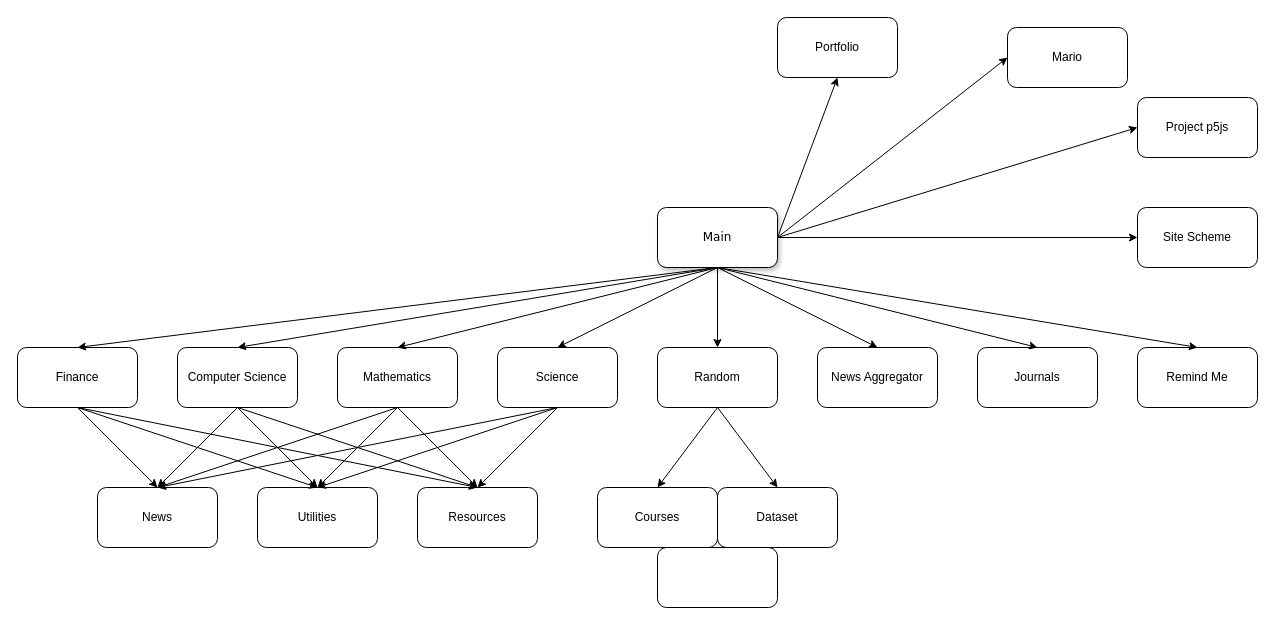
The draw.io diagram draw.drawio in Scavix/Scavix.github.io, before the edit. Source tidied: cells renumbered, new cells numbered last; positions are measured from the earlier drawing's top-left corner, leaving out a move shared by most shapes. Both pictures are drawn from the tidied source at 100%, with x=0, y=0 at pixel (17, 17).
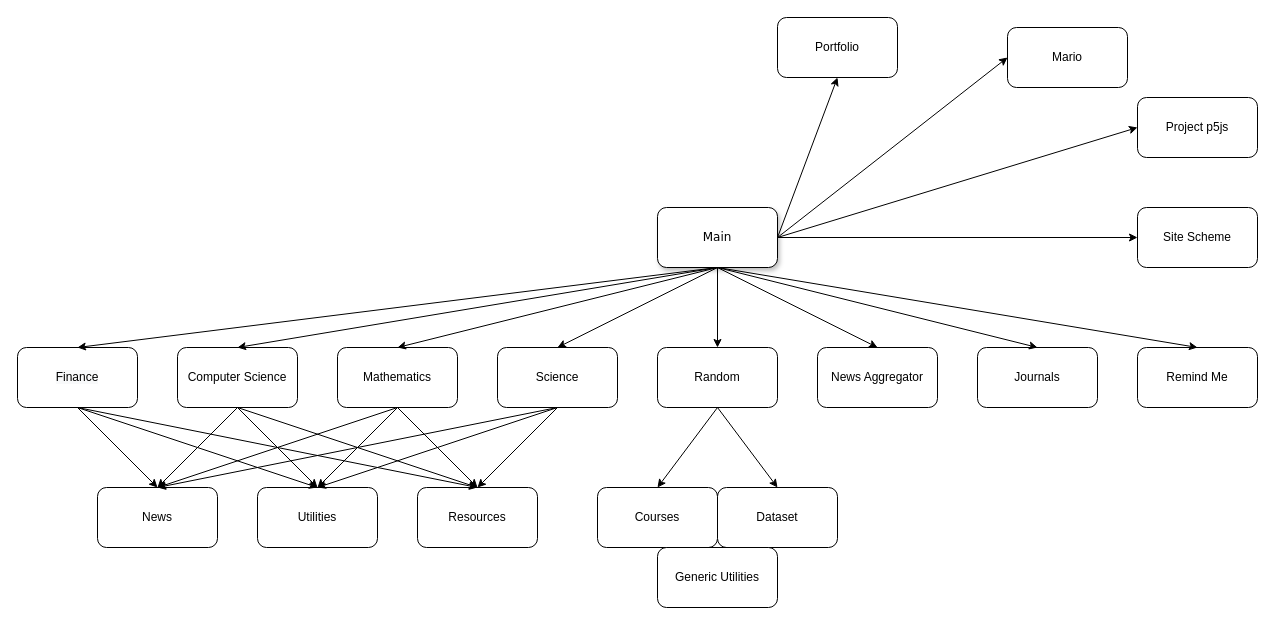
After the change.

What changed in the source:
```diff
@@
-    <mxCell id="46" style="rounded=1;whiteSpace=wrap;html=1;" parent="1" vertex="1">
+    <mxCell id="46" value="Generic Utilities" style="rounded=1;whiteSpace=wrap;html=1;" parent="1" vertex="1">
       <mxGeometry x="640" y="530" width="120" height="60" as="geometry" />
     </mxCell>
```
